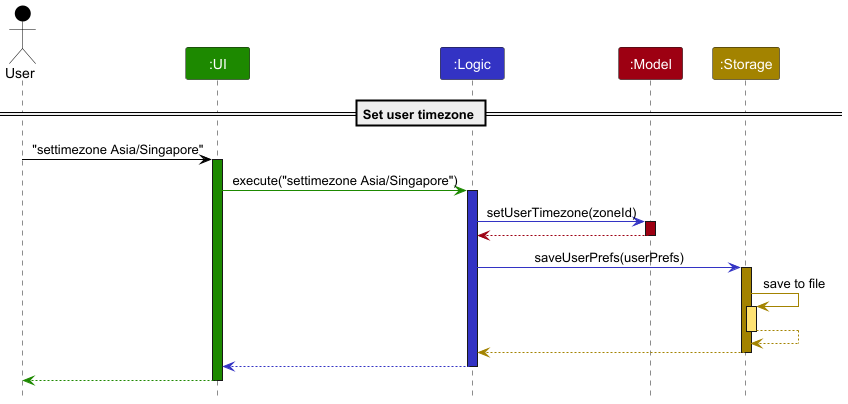
Earlier version of the PlantUML export docs/images/TimeZoneSetTimeZoneSequence.png (tathan08/tp). The source it was exported from:
```plantuml
@startuml
!include style.puml
skinparam ArrowFontStyle plain

Actor User as user USER_COLOR
Participant ":UI" as ui UI_COLOR
Participant ":Logic" as logic LOGIC_COLOR
Participant ":Model" as model MODEL_COLOR
Participant ":Storage" as storage STORAGE_COLOR


== Set user timezone ==
user -[USER_COLOR]> ui : "settimezone Asia/Singapore"
activate ui UI_COLOR

ui -[UI_COLOR]> logic : execute("settimezone Asia/Singapore")
activate logic LOGIC_COLOR

logic -[LOGIC_COLOR]> model : setUserTimezone(zoneId)
activate model MODEL_COLOR

model -[MODEL_COLOR]-> logic :
deactivate model

logic -[LOGIC_COLOR]> storage : saveUserPrefs(userPrefs)
activate storage STORAGE_COLOR

storage -[STORAGE_COLOR]> storage : save to file
activate storage STORAGE_COLOR_T1
storage --[STORAGE_COLOR]> storage
deactivate storage

storage --[STORAGE_COLOR]> logic :
deactivate storage

logic --[LOGIC_COLOR]> ui :
deactivate logic

ui --[UI_COLOR]> user :
deactivate ui


@enduml
```
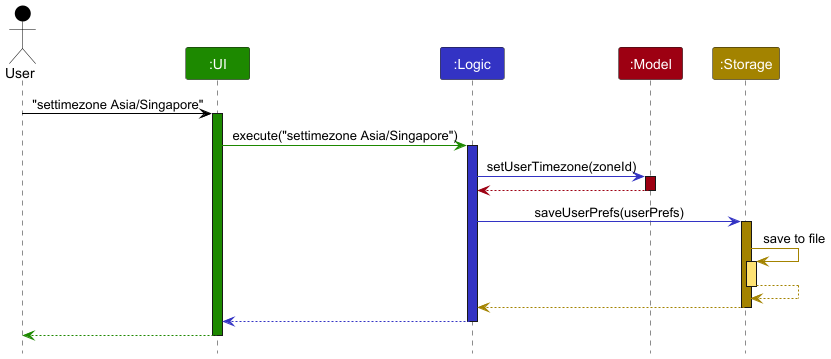
The same file after the commit.

Change to the diagram source:
```diff
@@ -8,8 +8,6 @@
 Participant ":Model" as model MODEL_COLOR
 Participant ":Storage" as storage STORAGE_COLOR
 
-
-== Set user timezone ==
 user -[USER_COLOR]> ui : "settimezone Asia/Singapore"
 activate ui UI_COLOR
 
```
